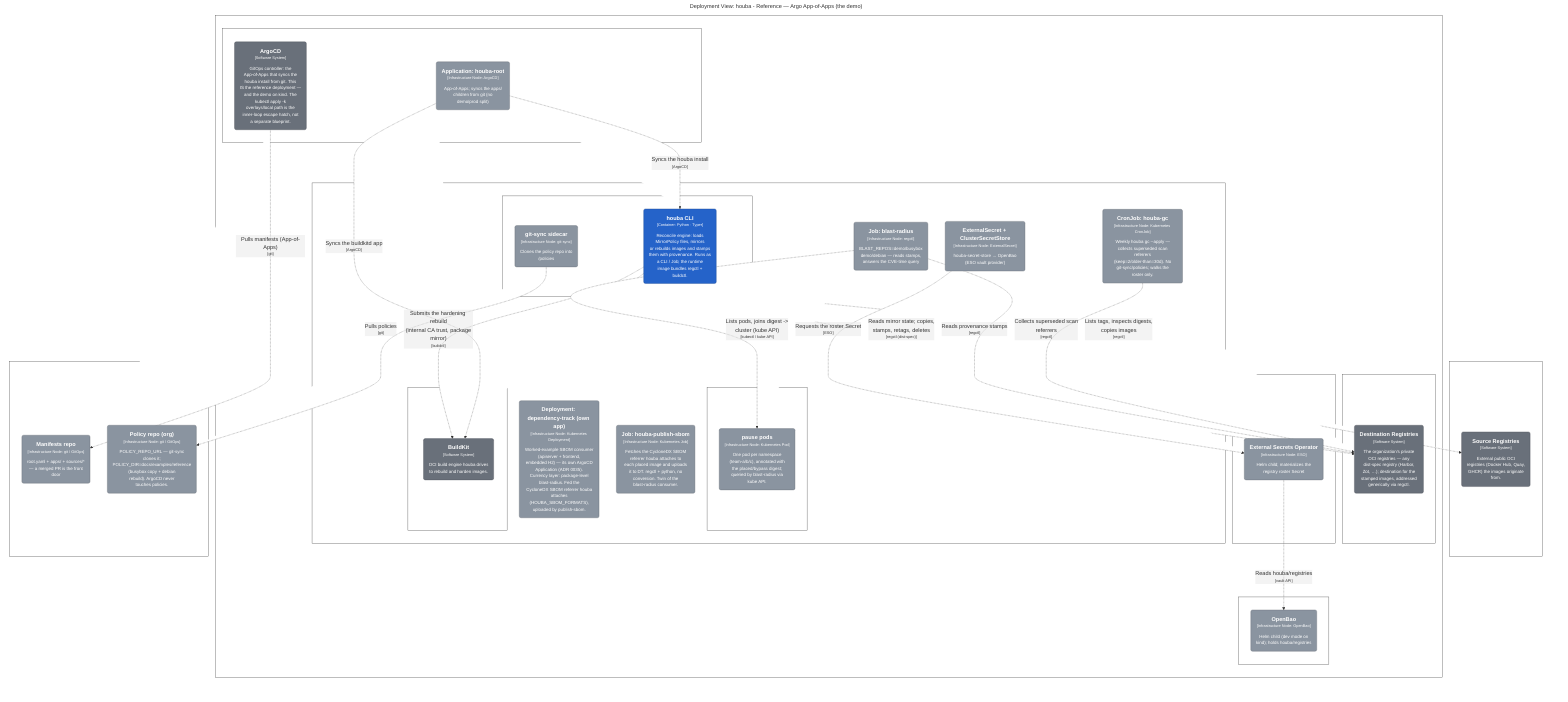
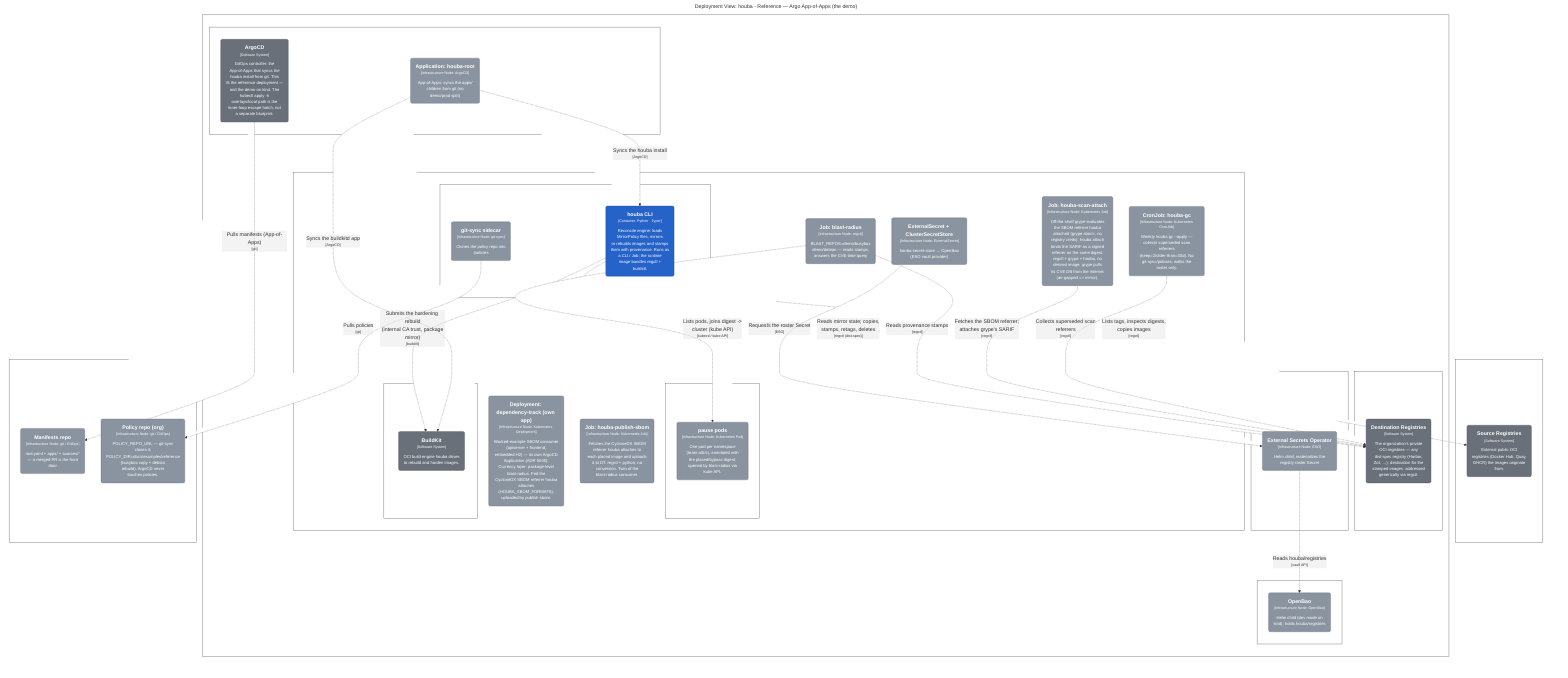
graph LR
  linkStyle default fill:#ffffff

  subgraph diagram ["Deployment View: houba - Reference — Argo App-of-Apps (the demo)"]
    style diagram fill:#ffffff,stroke:#ffffff

    subgraph 170 ["Git host"]
      style 170 fill:#ffffff,stroke:#444444,color:#ffffff

      171("<div style='font-weight: bold'>Manifests repo</div><div style='font-size: 70%; margin-top: 0px'>[Infrastructure Node: git / GitOps]</div><div style='font-size: 80%; margin-top:10px'>root.yaml + apps/ + sources/*<br />— a merged PR is the front<br />door</div>")
      style 171 fill:#8a94a0,stroke:#606770,color:#ffffff
      172("<div style='font-weight: bold'>Policy repo (org)</div><div style='font-size: 70%; margin-top: 0px'>[Infrastructure Node: git / GitOps]</div><div style='font-size: 80%; margin-top:10px'>POLICY_REPO_URL — git-sync<br />clones it;<br />POLICY_DIR=docs/examples/reference<br />(busybox copy + debian<br />rebuild). ArgoCD never<br />touches policies.</div>")
      style 172 fill:#8a94a0,stroke:#606770,color:#ffffff
    end

    subgraph 173 ["Kubernetes cluster"]
      style 173 fill:#ffffff,stroke:#444444,color:#ffffff

      subgraph 174 ["namespace: argocd"]
        style 174 fill:#ffffff,stroke:#444444,color:#ffffff

        175("<div style='font-weight: bold'>Application: houba-root</div><div style='font-size: 70%; margin-top: 0px'>[Infrastructure Node: ArgoCD]</div><div style='font-size: 80%; margin-top:10px'>App-of-Apps; syncs the apps/<br />children from git (no<br />demo/prod split)</div>")
        style 175 fill:#8a94a0,stroke:#606770,color:#ffffff
        176("<div style='font-weight: bold'>ArgoCD</div><div style='font-size: 70%; margin-top: 0px'>[Software System]</div><div style='font-size: 80%; margin-top:10px'>GitOps controller: the<br />App-of-Apps that syncs the<br />houba install from git. This<br />IS the reference deployment —<br />and the demo on kind. The<br />kubectl apply -k<br />overlays/local path is the<br />inner-loop escape hatch, not<br />a separate blueprint.</div>")
        style 176 fill:#69707a,stroke:#494e55,color:#ffffff
      end

      subgraph 177 ["namespace: houba"]
        style 177 fill:#ffffff,stroke:#444444,color:#ffffff

        subgraph 178 ["CronJob: houba-reconcile"]
          style 178 fill:#ffffff,stroke:#444444,color:#ffffff

          179("<div style='font-weight: bold'>houba CLI</div><div style='font-size: 70%; margin-top: 0px'>[Container: Python · Typer]</div><div style='font-size: 80%; margin-top:10px'>Reconcile engine: loads<br />MirrorPolicy files, mirrors<br />or rebuilds images and stamps<br />them with provenance. Runs as<br />a CLI / Job; the runtime<br />image bundles regctl +<br />buildctl.</div>")
          style 179 fill:#2563c9,stroke:#19458c,color:#ffffff
          180("<div style='font-weight: bold'>git-sync sidecar</div><div style='font-size: 70%; margin-top: 0px'>[Infrastructure Node: git-sync]</div><div style='font-size: 80%; margin-top:10px'>Clones the policy repo into<br />/policies</div>")
          style 180 fill:#8a94a0,stroke:#606770,color:#ffffff
        end

        subgraph 181 ["Deployment: buildkitd (own app)"]
          style 181 fill:#ffffff,stroke:#444444,color:#ffffff

          182("<div style='font-weight: bold'>BuildKit</div><div style='font-size: 70%; margin-top: 0px'>[Software System]</div><div style='font-size: 80%; margin-top:10px'>OCI build engine houba drives<br />to rebuild and harden images.</div>")
          style 182 fill:#69707a,stroke:#494e55,color:#ffffff
        end

        184("<div style='font-weight: bold'>ExternalSecret + ClusterSecretStore</div><div style='font-size: 70%; margin-top: 0px'>[Infrastructure Node: ExternalSecret]</div><div style='font-size: 80%; margin-top:10px'>houba-secret-store → OpenBao<br />(ESO vault provider)</div>")
        style 184 fill:#8a94a0,stroke:#606770,color:#ffffff
        185("<div style='font-weight: bold'>Job: blast-radius</div><div style='font-size: 70%; margin-top: 0px'>[Infrastructure Node: regctl]</div><div style='font-size: 80%; margin-top:10px'>BLAST_REPOS=demo/busybox<br />demo/debian — reads stamps,<br />answers the CVE-time query</div>")
        style 185 fill:#8a94a0,stroke:#606770,color:#ffffff
        186("<div style='font-weight: bold'>CronJob: houba-gc</div><div style='font-size: 70%; margin-top: 0px'>[Infrastructure Node: Kubernetes CronJob]</div><div style='font-size: 80%; margin-top:10px'>Weekly houba gc --apply —<br />collects superseded scan<br />referrers<br />(keep=2/older-than=30d). No<br />git-sync/policies; walks the<br />roster only.</div>")
        style 186 fill:#8a94a0,stroke:#606770,color:#ffffff
        187("<div style='font-weight: bold'>Deployment: dependency-track (own app)</div><div style='font-size: 70%; margin-top: 0px'>[Infrastructure Node: Kubernetes Deployment]</div><div style='font-size: 80%; margin-top:10px'>Worked-example SBOM consumer<br />(apiserver + frontend,<br />embedded H2) — its own ArgoCD<br />Application (ADR 0035).<br />Currency layer: package-level<br />blast-radius. Fed the<br />CycloneDX SBOM referrer houba<br />attaches<br />(HOUBA_SBOM_FORMATS),<br />uploaded by publish-sbom.</div>")
        style 187 fill:#8a94a0,stroke:#606770,color:#ffffff
        188("<div style='font-weight: bold'>Job: houba-publish-sbom</div><div style='font-size: 70%; margin-top: 0px'>[Infrastructure Node: Kubernetes Job]</div><div style='font-size: 80%; margin-top:10px'>Fetches the CycloneDX SBOM<br />referrer houba attaches to<br />each placed image and uploads<br />it to DT. regctl + python, no<br />conversion. Twin of the<br />blast-radius consumer.</div>")
        style 188 fill:#8a94a0,stroke:#606770,color:#ffffff
-         subgraph 189 ["marked workloads (team-a/b/c)"]
-           style 189 fill:#ffffff,stroke:#444444,color:#ffffff
+         189("<div style='font-weight: bold'>Job: houba-scan-attach</div><div style='font-size: 70%; margin-top: 0px'>[Infrastructure Node: Kubernetes Job]</div><div style='font-size: 80%; margin-top:10px'>Off-the-shelf grype evaluates<br />the SBOM referrer houba<br />attached (grype sbom:, no<br />registry creds); houba attach<br />binds the SARIF as a signed<br />referrer on the same digest.<br />regctl + grype + houba, no<br />derived image. grype pulls<br />its CVE DB from the internet<br />(air-gapped => mirror).</div>")
+         style 189 fill:#8a94a0,stroke:#606770,color:#ffffff
+         subgraph 190 ["marked workloads (team-a/b/c)"]
+           style 190 fill:#ffffff,stroke:#444444,color:#ffffff

-           190("<div style='font-weight: bold'>pause pods</div><div style='font-size: 70%; margin-top: 0px'>[Infrastructure Node: Kubernetes Pod]</div><div style='font-size: 80%; margin-top:10px'>One pod per namespace<br />(team-a/b/c), annotated with<br />the placed/bypass digest;<br />queried by blast-radius via<br />kube API.</div>")
-           style 190 fill:#8a94a0,stroke:#606770,color:#ffffff
+           191("<div style='font-weight: bold'>pause pods</div><div style='font-size: 70%; margin-top: 0px'>[Infrastructure Node: Kubernetes Pod]</div><div style='font-size: 80%; margin-top:10px'>One pod per namespace<br />(team-a/b/c), annotated with<br />the placed/bypass digest;<br />queried by blast-radius via<br />kube API.</div>")
+           style 191 fill:#8a94a0,stroke:#606770,color:#ffffff
        end

      end

-       subgraph 191 ["namespace: external-secrets"]
-         style 191 fill:#ffffff,stroke:#444444,color:#ffffff
+       subgraph 192 ["namespace: external-secrets"]
+         style 192 fill:#ffffff,stroke:#444444,color:#ffffff

-         192("<div style='font-weight: bold'>External Secrets Operator</div><div style='font-size: 70%; margin-top: 0px'>[Infrastructure Node: ESO]</div><div style='font-size: 80%; margin-top:10px'>Helm child; materializes the<br />registry roster Secret</div>")
-         style 192 fill:#8a94a0,stroke:#606770,color:#ffffff
+         193("<div style='font-weight: bold'>External Secrets Operator</div><div style='font-size: 70%; margin-top: 0px'>[Infrastructure Node: ESO]</div><div style='font-size: 80%; margin-top:10px'>Helm child; materializes the<br />registry roster Secret</div>")
+         style 193 fill:#8a94a0,stroke:#606770,color:#ffffff
      end

-       subgraph 193 ["namespace: openbao"]
-         style 193 fill:#ffffff,stroke:#444444,color:#ffffff
+       subgraph 194 ["namespace: openbao"]
+         style 194 fill:#ffffff,stroke:#444444,color:#ffffff

-         194("<div style='font-weight: bold'>OpenBao</div><div style='font-size: 70%; margin-top: 0px'>[Infrastructure Node: OpenBao]</div><div style='font-size: 80%; margin-top:10px'>Helm child (dev mode on<br />kind); holds houba/registries</div>")
-         style 194 fill:#8a94a0,stroke:#606770,color:#ffffff
+         195("<div style='font-weight: bold'>OpenBao</div><div style='font-size: 70%; margin-top: 0px'>[Infrastructure Node: OpenBao]</div><div style='font-size: 80%; margin-top:10px'>Helm child (dev mode on<br />kind); holds houba/registries</div>")
+         style 195 fill:#8a94a0,stroke:#606770,color:#ffffff
      end

-       subgraph 195 ["namespace: registry"]
-         style 195 fill:#ffffff,stroke:#444444,color:#ffffff
+       subgraph 196 ["namespace: registry"]
+         style 196 fill:#ffffff,stroke:#444444,color:#ffffff

-         196("<div style='font-weight: bold'>Destination Registries</div><div style='font-size: 70%; margin-top: 0px'>[Software System]</div><div style='font-size: 80%; margin-top:10px'>The organization's private<br />OCI registries — any<br />dist-spec registry (Harbor,<br />Zot, …); destination for the<br />stamped images, addressed<br />generically via regctl.</div>")
-         style 196 fill:#69707a,stroke:#494e55,color:#ffffff
+         197("<div style='font-weight: bold'>Destination Registries</div><div style='font-size: 70%; margin-top: 0px'>[Software System]</div><div style='font-size: 80%; margin-top:10px'>The organization's private<br />OCI registries — any<br />dist-spec registry (Harbor,<br />Zot, …); destination for the<br />stamped images, addressed<br />generically via regctl.</div>")
+         style 197 fill:#69707a,stroke:#494e55,color:#ffffff
      end

    end

-     subgraph 198 ["Internet / org network"]
-       style 198 fill:#ffffff,stroke:#444444,color:#ffffff
+     subgraph 199 ["Internet / org network"]
+       style 199 fill:#ffffff,stroke:#444444,color:#ffffff

-       199("<div style='font-weight: bold'>Source Registries</div><div style='font-size: 70%; margin-top: 0px'>[Software System]</div><div style='font-size: 80%; margin-top:10px'>External public OCI<br />registries (Docker Hub, Quay,<br />GHCR) the images originate<br />from.</div>")
-       style 199 fill:#69707a,stroke:#494e55,color:#ffffff
+       200("<div style='font-weight: bold'>Source Registries</div><div style='font-size: 70%; margin-top: 0px'>[Software System]</div><div style='font-size: 80%; margin-top:10px'>External public OCI<br />registries (Docker Hub, Quay,<br />GHCR) the images originate<br />from.</div>")
+       style 200 fill:#69707a,stroke:#494e55,color:#ffffff
    end

    179-. "<div>Submits the hardening rebuild<br />(internal CA trust, package<br />mirror)</div><div style='font-size: 70%'>[buildctl]</div>" .->182
-     179-. "<div>Reads mirror state; copies,<br />stamps, retags, deletes</div><div style='font-size: 70%'>[regctl (dist-spec)]</div>" .->196
-     179-. "<div>Lists tags, inspects digests,<br />copies images</div><div style='font-size: 70%'>[regctl]</div>" .->199
+     179-. "<div>Reads mirror state; copies,<br />stamps, retags, deletes</div><div style='font-size: 70%'>[regctl (dist-spec)]</div>" .->197
+     179-. "<div>Lists tags, inspects digests,<br />copies images</div><div style='font-size: 70%'>[regctl]</div>" .->200
    176-. "<div>Pulls manifests (App-of-Apps)</div><div style='font-size: 70%'>[git]</div>" .->171
    175-. "<div>Syncs the houba install</div><div style='font-size: 70%'>[ArgoCD]</div>" .->179
    175-. "<div>Syncs the buildkitd app</div><div style='font-size: 70%'>[ArgoCD]</div>" .->182
-     192-. "<div>Reads houba/registries</div><div style='font-size: 70%'>[vault API]</div>" .->194
-     184-. "<div>Requests the roster Secret</div><div style='font-size: 70%'>[ESO]</div>" .->192
+     193-. "<div>Reads houba/registries</div><div style='font-size: 70%'>[vault API]</div>" .->195
+     184-. "<div>Requests the roster Secret</div><div style='font-size: 70%'>[ESO]</div>" .->193
    180-. "<div>Pulls policies</div><div style='font-size: 70%'>[git]</div>" .->172
-     185-. "<div>Reads provenance stamps</div><div style='font-size: 70%'>[regctl]</div>" .->196
-     185-. "<div>Lists pods, joins digest -><br />cluster (kube API)</div><div style='font-size: 70%'>[kubectl / kube API]</div>" .->190
-     186-. "<div>Collects superseded scan<br />referrers</div><div style='font-size: 70%'>[regctl]</div>" .->196
+     185-. "<div>Reads provenance stamps</div><div style='font-size: 70%'>[regctl]</div>" .->197
+     189-. "<div>Fetches the SBOM referrer;<br />attaches grype's SARIF</div><div style='font-size: 70%'>[regctl]</div>" .->197
+     185-. "<div>Lists pods, joins digest -><br />cluster (kube API)</div><div style='font-size: 70%'>[kubectl / kube API]</div>" .->191
+     186-. "<div>Collects superseded scan<br />referrers</div><div style='font-size: 70%'>[regctl]</div>" .->197

  end